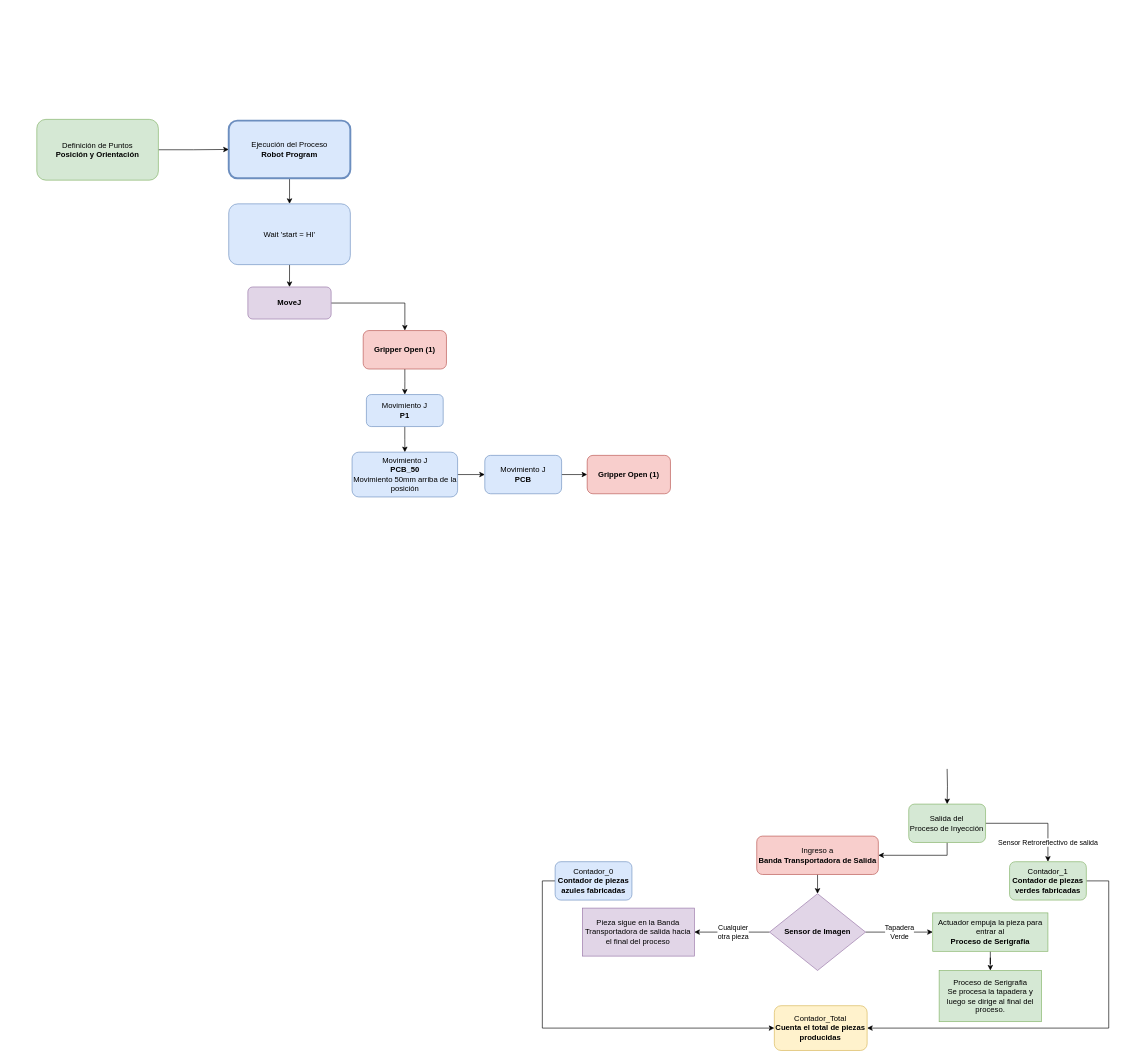
fgomez1211/Personal keeps this draw.io diagram as MIR/6T/Diagrama.drawio. Above is the earlier version. Source tidied: cells renumbered, new cells numbered last; positions are measured from the earlier drawing's top-left corner, leaving out a move shared by most shapes. Both pictures are drawn from the tidied source at 64%, with x=0, y=0 at pixel (36, 119).
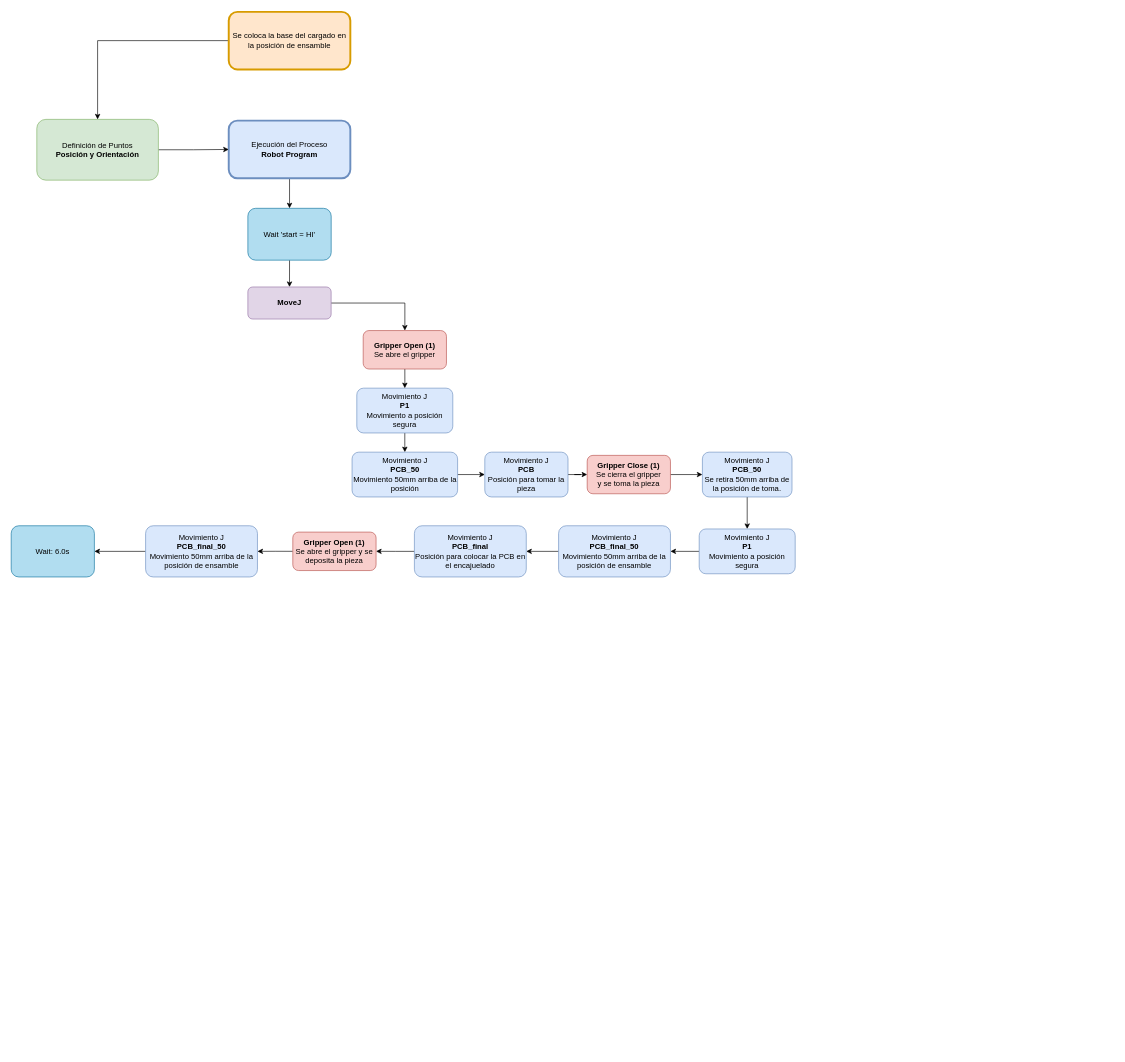
The same diagram, later.

The change refers to these unchanged cells:
```xml
<mxCell id="4" value="Ejecución del Proceso&lt;br&gt;&lt;b&gt;Robot Program&lt;/b&gt;" style="whiteSpace=wrap;html=1;rounded=1;glass=0;strokeWidth=3;shadow=0;fillColor=#dae8fc;strokeColor=#6c8ebf;" parent="1" vertex="1">
  <mxGeometry x="299.9" y="2" width="190" height="90" as="geometry" />
</mxCell>
<mxCell id="32" value="Definición de Puntos&lt;br&gt;&lt;b&gt;Posición y Orientación&lt;/b&gt;" style="whiteSpace=wrap;html=1;rounded=1;glass=0;strokeWidth=1;shadow=0;fillColor=#d5e8d4;strokeColor=#82b366;" parent="1" vertex="1">
  <mxGeometry width="190" height="95" as="geometry" />
</mxCell>
```

Change to the diagram source:
```diff
@@
-    <mxCell id="2" style="edgeStyle=orthogonalEdgeStyle;rounded=0;jettySize=auto;html=1;" parent="1" edge="1" target="15">
-      <mxGeometry relative="1" as="geometry">
-        <mxPoint x="1422.4" y="1014.9" as="sourcePoint" />
-      </mxGeometry>
-    </mxCell>
@@
-    <mxCell id="5" style="edgeStyle=orthogonalEdgeStyle;rounded=0;jettySize=auto;html=1;exitX=0.5;exitY=1;exitDx=0;exitDy=0;entryX=0.5;entryY=0;entryDx=0;entryDy=0;" parent="1" edge="1" source="6" target="24">
-      <mxGeometry relative="1" as="geometry" />
-    </mxCell>
-    <mxCell id="6" value="Ingreso a &lt;br&gt;&lt;b&gt;Banda Transportadora de Salida&lt;/b&gt;" style="whiteSpace=wrap;html=1;rounded=1;glass=0;strokeWidth=1;shadow=0;fillColor=#f8cecc;strokeColor=#b85450;" parent="1" vertex="1">
-      <mxGeometry x="1124.9" y="1119.9" width="190" height="60" as="geometry" />
-    </mxCell>
@@
-    <mxCell id="8" value="Wait 'start = HI'" style="whiteSpace=wrap;html=1;rounded=1;glass=0;strokeWidth=1;shadow=0;fillColor=#dae8fc;strokeColor=#6c8ebf;" parent="1" vertex="1">
-      <mxGeometry x="299.9" y="132" width="190" height="95" as="geometry" />
+    <mxCell id="8" value="Wait 'start = HI'" style="whiteSpace=wrap;html=1;rounded=1;glass=0;strokeWidth=1;shadow=0;fillColor=#b1ddf0;strokeColor=#10739e;" parent="1" vertex="1">
+      <mxGeometry x="329.8" y="139" width="130.2" height="81" as="geometry" />
     </mxCell>
@@
-    <mxCell id="12" value="Movimiento J&lt;br&gt;&lt;b&gt;P1&lt;/b&gt;" style="whiteSpace=wrap;html=1;fillColor=#dae8fc;strokeColor=#6c8ebf;rounded=1;glass=0;strokeWidth=1;shadow=0;" parent="1" vertex="1">
-      <mxGeometry x="515" y="430" width="120" height="50" as="geometry" />
+    <mxCell id="12" value="Movimiento J&lt;br&gt;&lt;b&gt;P1&lt;/b&gt;&lt;br&gt;Movimiento a posición segura" style="whiteSpace=wrap;html=1;fillColor=#dae8fc;strokeColor=#6c8ebf;rounded=1;glass=0;strokeWidth=1;shadow=0;" parent="1" vertex="1">
+      <mxGeometry x="500" y="420" width="150" height="70" as="geometry" />
     </mxCell>
-    <mxCell id="13" style="edgeStyle=orthogonalEdgeStyle;rounded=0;jettySize=auto;html=1;exitX=0.5;exitY=1;exitDx=0;exitDy=0;entryX=1;entryY=0.5;entryDx=0;entryDy=0;" parent="1" edge="1" source="15" target="6">
-      <mxGeometry relative="1" as="geometry" />
-    </mxCell>
-    <mxCell id="14" style="edgeStyle=orthogonalEdgeStyle;rounded=0;jettySize=auto;html=1;" parent="1" edge="1" source="15" target="19">
-      <mxGeometry relative="1" as="geometry" />
-    </mxCell>
-    <mxCell id="15" value="Salida del&lt;br&gt;Proceso de Inyección" style="whiteSpace=wrap;html=1;fillColor=#d5e8d4;strokeColor=#82b366;rounded=1;glass=0;strokeWidth=1;shadow=0;" parent="1" vertex="1">
-      <mxGeometry x="1362.4" y="1069.9" width="120" height="60" as="geometry" />
-    </mxCell>
-    <mxCell id="16" style="edgeStyle=orthogonalEdgeStyle;rounded=0;jettySize=auto;html=1;exitX=0;exitY=0.5;exitDx=0;exitDy=0;entryX=0;entryY=0.5;entryDx=0;entryDy=0;" parent="1" edge="1" source="17" target="29">
-      <mxGeometry relative="1" as="geometry" />
-    </mxCell>
-    <mxCell id="17" value="Contador_0&lt;br&gt;&lt;b&gt;Contador de piezas azules fabricadas&lt;/b&gt;" style="whiteSpace=wrap;html=1;fillColor=#dae8fc;strokeColor=#6c8ebf;rounded=1;glass=0;strokeWidth=1;shadow=0;" parent="1" vertex="1">
-      <mxGeometry x="809.9" y="1159.9" width="120" height="60" as="geometry" />
-    </mxCell>
-    <mxCell id="18" style="edgeStyle=orthogonalEdgeStyle;rounded=0;jettySize=auto;html=1;exitX=1;exitY=0.5;exitDx=0;exitDy=0;entryX=1;entryY=0.5;entryDx=0;entryDy=0;" parent="1" edge="1" source="19" target="29">
-      <mxGeometry relative="1" as="geometry">
-        <Array as="points">
-          <mxPoint x="1674.9" y="1189.9" />
-          <mxPoint x="1674.9" y="1419.9" />
-        </Array>
-      </mxGeometry>
-    </mxCell>
-    <mxCell id="19" value="Contador_1&lt;br style=&quot;border-color: var(--border-color);&quot;&gt;&lt;b style=&quot;border-color: var(--border-color);&quot;&gt;Contador de piezas verdes fabricadas&lt;/b&gt;" style="whiteSpace=wrap;html=1;fillColor=#d5e8d4;strokeColor=#82b366;rounded=1;glass=0;strokeWidth=1;shadow=0;" parent="1" vertex="1">
-      <mxGeometry x="1519.9" y="1159.9" width="120" height="60" as="geometry" />
-    </mxCell>
-    <mxCell id="20" value="Sensor Retroreflectivo de salida" style="edgeLabel;html=1;align=center;verticalAlign=middle;" parent="1" vertex="1">
-      <mxGeometry x="1579.9" y="1129.9" as="geometry" />
-    </mxCell>
-    <mxCell id="21" style="edgeStyle=orthogonalEdgeStyle;rounded=0;jettySize=auto;html=1;" parent="1" edge="1" source="24" target="26">
-      <mxGeometry relative="1" as="geometry" />
-    </mxCell>
-    <mxCell id="22" value="Tapadera&lt;br&gt;Verde" style="edgeLabel;html=1;align=center;verticalAlign=middle;" parent="21" vertex="1">
-      <mxGeometry x="-0.35" y="-1" relative="1" as="geometry">
-        <mxPoint x="19" y="-1" as="offset" />
-      </mxGeometry>
-    </mxCell>
-    <mxCell id="23" style="edgeStyle=orthogonalEdgeStyle;rounded=0;jettySize=auto;html=1;" parent="1" edge="1" source="24" target="27">
-      <mxGeometry relative="1" as="geometry" />
-    </mxCell>
-    <mxCell id="24" value="&lt;b&gt;Sensor de Imagen&lt;/b&gt;" style="rhombus;whiteSpace=wrap;html=1;fillColor=#e1d5e7;strokeColor=#9673a6;" parent="1" vertex="1">
-      <mxGeometry x="1144.9" y="1209.9" width="150" height="120" as="geometry" />
-    </mxCell>
-    <mxCell id="25" style="edgeStyle=orthogonalEdgeStyle;rounded=0;jettySize=auto;html=1;" parent="1" edge="1" source="26" target="28">
-      <mxGeometry relative="1" as="geometry" />
-    </mxCell>
-    <mxCell id="26" value="Actuador empuja la pieza para entrar al&lt;br style=&quot;border-color: var(--border-color);&quot;&gt;&lt;b style=&quot;border-color: var(--border-color);&quot;&gt;Proceso de Serigrafia&lt;/b&gt;" style="whiteSpace=wrap;html=1;fillColor=#d5e8d4;strokeColor=#82b366;" parent="1" vertex="1">
-      <mxGeometry x="1399.9" y="1239.9" width="180" height="60" as="geometry" />
-    </mxCell>
-    <mxCell id="27" value="Pieza sigue en la Banda Transportadora de salida hacia el final del proceso" style="whiteSpace=wrap;html=1;fillColor=#e1d5e7;strokeColor=#9673a6;" parent="1" vertex="1">
-      <mxGeometry x="852.4" y="1232.4" width="175" height="75" as="geometry" />
-    </mxCell>
-    <mxCell id="28" value="Proceso de Serigrafia&lt;br&gt;&lt;span&gt;Se procesa la tapadera y luego se dirige al final del proceso.&lt;/span&gt;" style="whiteSpace=wrap;html=1;fillColor=#d5e8d4;strokeColor=#82b366;fontStyle=0;" parent="1" vertex="1">
-      <mxGeometry x="1409.9" y="1329.9" width="160" height="80" as="geometry" />
-    </mxCell>
-    <mxCell id="29" value="Contador_Total&lt;br&gt;&lt;b&gt;Cuenta el total de piezas producidas&lt;/b&gt;" style="whiteSpace=wrap;html=1;fillColor=#fff2cc;strokeColor=#d6b656;rounded=1;glass=0;strokeWidth=1;shadow=0;" parent="1" vertex="1">
-      <mxGeometry x="1152.4" y="1384.9" width="145" height="70" as="geometry" />
-    </mxCell>
-    <mxCell id="30" value="Cualquier&lt;br&gt;otra pieza" style="edgeLabel;html=1;align=center;verticalAlign=middle;" parent="1" vertex="1">
-      <mxGeometry x="1087.4" y="1269.9" as="geometry" />
-    </mxCell>
-    <mxCell id="31" style="edgeStyle=orthogonalEdgeStyle;rounded=0;jettySize=auto;html=1;entryX=0;entryY=0.5;entryDx=0;entryDy=0;" parent="1" edge="1" source="32" target="4">
+    <mxCell id="31" style="edgeStyle=orthogonalEdgeStyle;rounded=0;jettySize=auto;html=1;exitX=1;exitY=0.5;exitDx=0;exitDy=0;" parent="1" edge="1" source="32" target="4">
       <mxGeometry relative="1" as="geometry" />
     </mxCell>
@@
-    <mxCell id="34" value="&lt;b&gt;Gripper Open (1)&lt;/b&gt;" style="whiteSpace=wrap;html=1;rounded=1;glass=0;strokeWidth=1;shadow=0;fillColor=#f8cecc;strokeColor=#b85450;" parent="1" vertex="1">
+    <mxCell id="34" value="&lt;b&gt;Gripper Open (1)&lt;/b&gt;&lt;br&gt;Se abre el gripper" style="whiteSpace=wrap;html=1;rounded=1;glass=0;strokeWidth=1;shadow=0;fillColor=#f8cecc;strokeColor=#b85450;" parent="1" vertex="1">
       <mxGeometry x="510" y="330" width="130.1" height="60.1" as="geometry" />
     </mxCell>
@@
-    <mxCell id="38" value="Movimiento J&lt;br&gt;&lt;b style=&quot;border-color: var(--border-color);&quot;&gt;PCB&lt;/b&gt;" style="whiteSpace=wrap;html=1;fillColor=#dae8fc;strokeColor=#6c8ebf;rounded=1;glass=0;strokeWidth=1;shadow=0;" parent="1" vertex="1">
-      <mxGeometry x="700" y="525" width="120" height="60" as="geometry" />
+    <mxCell id="38" value="Movimiento J&lt;br&gt;&lt;span style=&quot;border-color: var(--border-color);&quot;&gt;&lt;b&gt;PCB&lt;/b&gt;&lt;br&gt;Posición para tomar la pieza&lt;br&gt;&lt;/span&gt;" style="whiteSpace=wrap;html=1;fillColor=#dae8fc;strokeColor=#6c8ebf;rounded=1;glass=0;strokeWidth=1;shadow=0;" parent="1" vertex="1">
+      <mxGeometry x="700" y="520" width="130" height="70" as="geometry" />
     </mxCell>
+    <mxCell id="40" style="edgeStyle=orthogonalEdgeStyle;rounded=0;jettySize=auto;html=1;exitX=1;exitY=0.5;exitDx=0;exitDy=0;" parent="1" edge="1" source="39" target="42">
+      <mxGeometry relative="1" as="geometry" />
+    </mxCell>
-    <mxCell id="39" value="&lt;b&gt;Gripper Open (1)&lt;/b&gt;" style="whiteSpace=wrap;html=1;rounded=1;glass=0;strokeWidth=1;shadow=0;fillColor=#f8cecc;strokeColor=#b85450;" parent="1" vertex="1">
+    <mxCell id="39" value="&lt;b&gt;Gripper Close (1)&lt;/b&gt;&lt;br&gt;Se cierra el gripper &lt;br&gt;y se toma la pieza" style="whiteSpace=wrap;html=1;rounded=1;glass=0;strokeWidth=1;shadow=0;fillColor=#f8cecc;strokeColor=#b85450;" parent="1" vertex="1">
       <mxGeometry x="860" y="525" width="130.1" height="60" as="geometry" />
     </mxCell>
+    <mxCell id="41" style="edgeStyle=orthogonalEdgeStyle;rounded=0;jettySize=auto;html=1;exitX=0.5;exitY=1;exitDx=0;exitDy=0;entryX=0.5;entryY=0;entryDx=0;entryDy=0;" parent="1" edge="1" source="42" target="44">
+      <mxGeometry relative="1" as="geometry" />
+    </mxCell>
+    <mxCell id="42" value="Movimiento J&lt;br&gt;&lt;span style=&quot;border-color: var(--border-color);&quot;&gt;&lt;b&gt;PCB_50&lt;/b&gt;&lt;br&gt;Se retira 50mm arriba de la posición de toma.&lt;br&gt;&lt;/span&gt;" style="whiteSpace=wrap;html=1;fillColor=#dae8fc;strokeColor=#6c8ebf;rounded=1;glass=0;strokeWidth=1;shadow=0;" parent="1" vertex="1">
+      <mxGeometry x="1040" y="520" width="140" height="70" as="geometry" />
+    </mxCell>
+    <mxCell id="43" style="edgeStyle=orthogonalEdgeStyle;rounded=0;jettySize=auto;html=1;exitX=0;exitY=0.5;exitDx=0;exitDy=0;entryX=1;entryY=0.5;entryDx=0;entryDy=0;" parent="1" edge="1" source="44" target="46">
+      <mxGeometry relative="1" as="geometry" />
+    </mxCell>
+    <mxCell id="44" value="Movimiento J&lt;br&gt;&lt;b&gt;P1&lt;/b&gt;&lt;br&gt;Movimiento a posición segura" style="whiteSpace=wrap;html=1;fillColor=#dae8fc;strokeColor=#6c8ebf;rounded=1;glass=0;strokeWidth=1;shadow=0;" parent="1" vertex="1">
+      <mxGeometry x="1035" y="640" width="150" height="70" as="geometry" />
+    </mxCell>
+    <mxCell id="45" style="edgeStyle=orthogonalEdgeStyle;rounded=0;jettySize=auto;html=1;" parent="1" edge="1" source="46" target="48">
+      <mxGeometry relative="1" as="geometry" />
+    </mxCell>
+    <mxCell id="46" value="Movimiento J&lt;br&gt;&lt;b&gt;PCB_final_50&lt;/b&gt;&lt;br&gt;Movimiento 50mm arriba de la posición de ensamble" style="whiteSpace=wrap;html=1;fillColor=#dae8fc;strokeColor=#6c8ebf;rounded=1;glass=0;strokeWidth=1;shadow=0;" parent="1" vertex="1">
+      <mxGeometry x="815.3" y="635" width="174.8" height="80" as="geometry" />
+    </mxCell>
+    <mxCell id="47" style="edgeStyle=orthogonalEdgeStyle;rounded=0;jettySize=auto;html=1;exitX=0;exitY=0.5;exitDx=0;exitDy=0;entryX=1;entryY=0.5;entryDx=0;entryDy=0;" parent="1" edge="1" source="48" target="50">
+      <mxGeometry relative="1" as="geometry" />
+    </mxCell>
+    <mxCell id="48" value="Movimiento J&lt;br&gt;&lt;b&gt;PCB_final&lt;/b&gt;&lt;br&gt;Posición para colocar la PCB en el encajuelado" style="whiteSpace=wrap;html=1;fillColor=#dae8fc;strokeColor=#6c8ebf;rounded=1;glass=0;strokeWidth=1;shadow=0;" parent="1" vertex="1">
+      <mxGeometry x="590" y="635" width="174.8" height="80" as="geometry" />
+    </mxCell>
+    <mxCell id="49" style="edgeStyle=orthogonalEdgeStyle;rounded=0;jettySize=auto;html=1;exitX=0;exitY=0.5;exitDx=0;exitDy=0;entryX=1;entryY=0.5;entryDx=0;entryDy=0;" parent="1" edge="1" source="50" target="52">
+      <mxGeometry relative="1" as="geometry" />
+    </mxCell>
+    <mxCell id="50" value="&lt;b&gt;Gripper Open (1)&lt;/b&gt;&lt;br&gt;Se abre el gripper y se deposita la pieza" style="whiteSpace=wrap;html=1;rounded=1;glass=0;strokeWidth=1;shadow=0;fillColor=#f8cecc;strokeColor=#b85450;" parent="1" vertex="1">
+      <mxGeometry x="400" y="644.9" width="130.1" height="60.1" as="geometry" />
+    </mxCell>
+    <mxCell id="51" style="edgeStyle=orthogonalEdgeStyle;rounded=0;jettySize=auto;html=1;exitX=0;exitY=0.5;exitDx=0;exitDy=0;entryX=1;entryY=0.5;entryDx=0;entryDy=0;" parent="1" edge="1" source="52" target="55">
+      <mxGeometry relative="1" as="geometry" />
+    </mxCell>
+    <mxCell id="52" value="Movimiento J&lt;br&gt;&lt;b&gt;PCB_final_50&lt;/b&gt;&lt;br&gt;Movimiento 50mm arriba de la posición de ensamble" style="whiteSpace=wrap;html=1;fillColor=#dae8fc;strokeColor=#6c8ebf;rounded=1;glass=0;strokeWidth=1;shadow=0;" parent="1" vertex="1">
+      <mxGeometry x="170" y="635" width="174.8" height="80" as="geometry" />
+    </mxCell>
+    <mxCell id="53" style="edgeStyle=orthogonalEdgeStyle;rounded=0;jettySize=auto;html=1;exitX=0;exitY=0.5;exitDx=0;exitDy=0;" parent="1" edge="1" source="54" target="32">
+      <mxGeometry relative="1" as="geometry" />
+    </mxCell>
+    <mxCell id="54" value="Se coloca la base del cargado en la posición de ensamble" style="whiteSpace=wrap;html=1;rounded=1;glass=0;strokeWidth=3;shadow=0;fillColor=#ffe6cc;strokeColor=#d79b00;" parent="1" vertex="1">
+      <mxGeometry x="299.9" y="-168" width="190" height="90" as="geometry" />
+    </mxCell>
+    <mxCell id="55" value="Wait: 6.0s" style="whiteSpace=wrap;html=1;rounded=1;glass=0;strokeWidth=1;shadow=0;fillColor=#b1ddf0;strokeColor=#10739e;" parent="1" vertex="1">
+      <mxGeometry x="-40" y="635" width="130" height="80" as="geometry" />
+    </mxCell>
```
